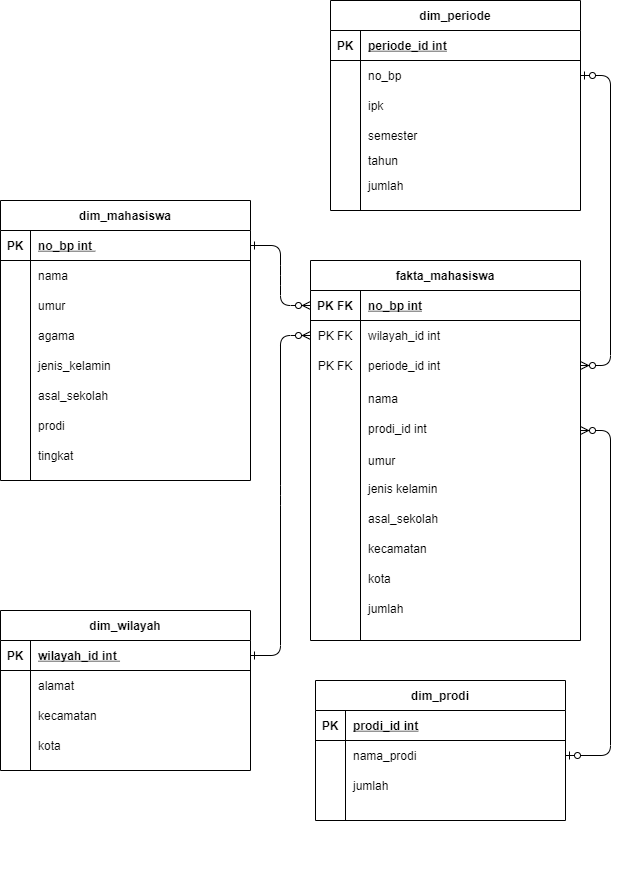
Earlier version of the draw.io export Datawarehouse mahasiswa TI.png (dikaandrajoni/Datawarehouse). Source tidied: cells renumbered, new cells last; positions are measured from the earlier drawing's top-left corner, leaving out a move shared by most shapes.
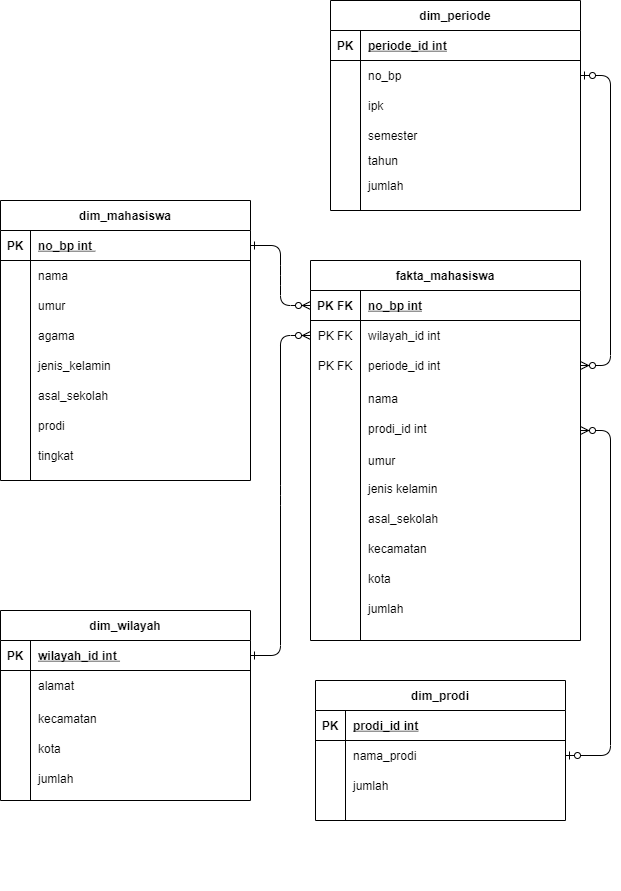
Later version of the same file.

The edit, as a diff of the source:
```diff
@@ -72,10 +72,10 @@
       <mxGeometry x="30" y="240" width="220" height="30" as="geometry" />
     </mxCell>
     <mxCell id="25" style="group;" parent="1" vertex="1">
-      <mxGeometry y="610" width="250" height="160" as="geometry" />
+      <mxGeometry y="610" width="250" height="190" as="geometry" />
     </mxCell>
     <mxCell id="26" value="dim_wilayah" style="shape=table;startSize=30;rowLines=0;fontStyle=1;align=center;" parent="25" vertex="1">
-      <mxGeometry width="250" height="160" as="geometry" />
+      <mxGeometry width="250" height="190" as="geometry" />
     </mxCell>
     <mxCell id="27" style="shape=partialRectangle;fillColor=none;points=[[0,0.5],[1,0.5]];portConstraint=eastwest;top=0;left=0;right=0;bottom=1;" parent="26" vertex="1">
       <mxGeometry y="30" width="250" height="30" as="geometry" />
@@ -96,23 +96,32 @@
       <mxGeometry x="30" width="220" height="30" as="geometry" />
     </mxCell>
     <mxCell id="33" style="shape=partialRectangle;fillColor=none;top=0;left=0;right=0;bottom=0;" parent="25" vertex="1">
-      <mxGeometry y="90" width="250" height="30" as="geometry" />
+      <mxGeometry y="90" width="250" height="35.6" as="geometry" />
     </mxCell>
     <mxCell id="34" style="shape=partialRectangle;overflow=hidden;fillColor=none;top=0;left=0;bottom=0;right=0;" parent="33" vertex="1">
-      <mxGeometry width="30" height="30" as="geometry" />
+      <mxGeometry width="30" height="35.6" as="geometry" />
     </mxCell>
     <mxCell id="35" value="kecamatan" style="shape=partialRectangle;overflow=hidden;fillColor=none;top=0;left=0;bottom=0;right=0;align=left;spacingLeft=6;" parent="33" vertex="1">
-      <mxGeometry x="30" width="220" height="30" as="geometry" />
+      <mxGeometry x="30" width="220" height="35.6" as="geometry" />
     </mxCell>
     <mxCell id="36" style="shape=partialRectangle;fillColor=none;top=0;left=0;right=0;bottom=0;" parent="25" vertex="1">
-      <mxGeometry y="120" width="250" height="30" as="geometry" />
+      <mxGeometry y="120" width="250" height="35.6" as="geometry" />
     </mxCell>
     <mxCell id="37" style="shape=partialRectangle;overflow=hidden;fillColor=none;top=0;left=0;bottom=0;right=0;" parent="36" vertex="1">
-      <mxGeometry width="30" height="30" as="geometry" />
+      <mxGeometry width="30" height="35.6" as="geometry" />
     </mxCell>
     <mxCell id="38" value="kota" style="shape=partialRectangle;overflow=hidden;fillColor=none;top=0;left=0;bottom=0;right=0;align=left;spacingLeft=6;" parent="36" vertex="1">
-      <mxGeometry x="30" width="220" height="30" as="geometry" />
+      <mxGeometry x="30" width="220" height="35.6" as="geometry" />
     </mxCell>
+    <mxCell id="95" style="shape=partialRectangle;fillColor=none;top=0;left=0;right=0;bottom=0;" parent="25" vertex="1">
+      <mxGeometry y="150" width="250" height="35.6" as="geometry" />
+    </mxCell>
+    <mxCell id="96" style="shape=partialRectangle;overflow=hidden;fillColor=none;top=0;left=0;bottom=0;right=0;" parent="95" vertex="1">
+      <mxGeometry width="30" height="35.6" as="geometry" />
+    </mxCell>
+    <mxCell id="97" value="jumlah" style="shape=partialRectangle;overflow=hidden;fillColor=none;top=0;left=0;bottom=0;right=0;align=left;spacingLeft=6;" parent="95" vertex="1">
+      <mxGeometry x="30" width="220" height="35.6" as="geometry" />
+    </mxCell>
     <mxCell id="39" style="edgeStyle=entityRelationEdgeStyle;fontSize=12;html=1;endArrow=ERzeroToMany;startArrow=ERone;exitX=1;exitY=0.5;exitDx=0;exitDy=0;startFill=0;endFill=1;entryX=0;entryY=0.5;entryDx=0;entryDy=0;" parent="1" edge="1" source="27" target="67">
       <mxGeometry relative="1" as="geometry" />
     </mxCell>
```
